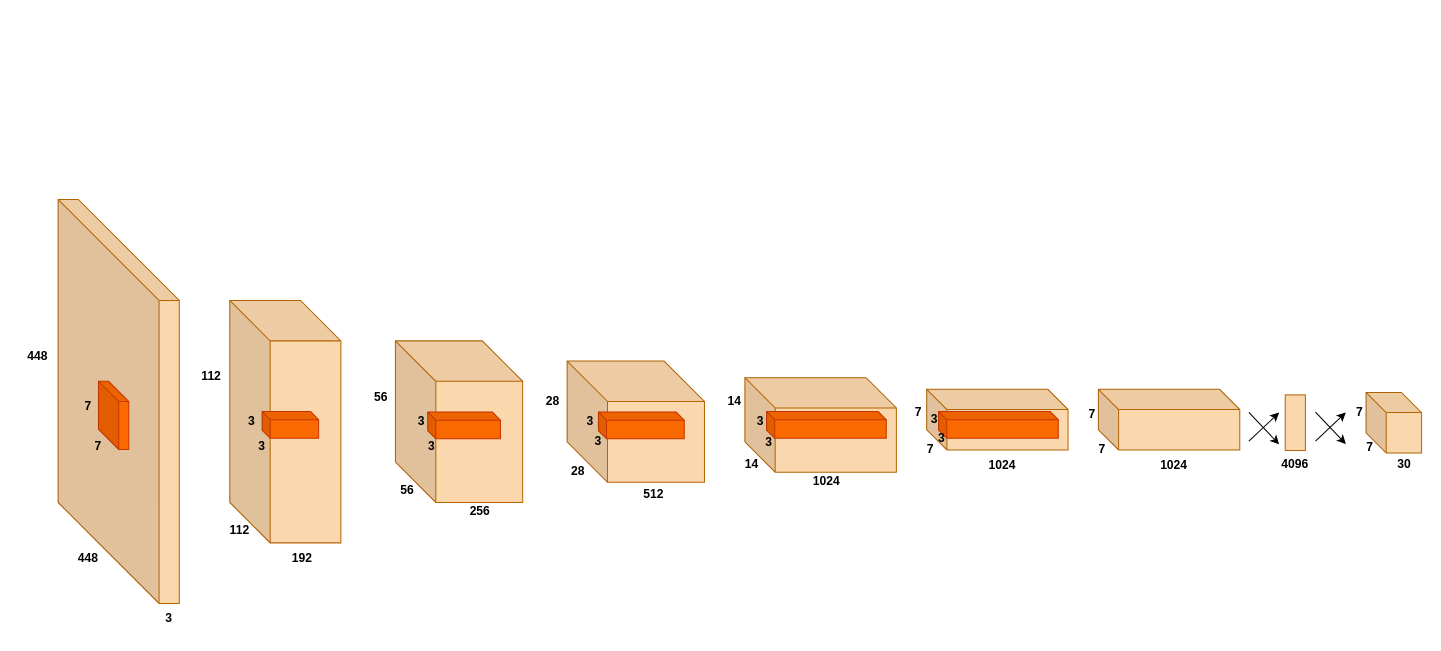
Before: drawlib/yolo_v1_xml.drawio in bartholmberg/bartPublic, a draw.io diagram. Source tidied: cells renumbered, new cells numbered last; positions are measured from the earlier drawing's top-left corner, leaving out a move shared by most shapes. Both pictures are drawn from the tidied source at 101%, with x=0, y=0 at pixel (17, 199).
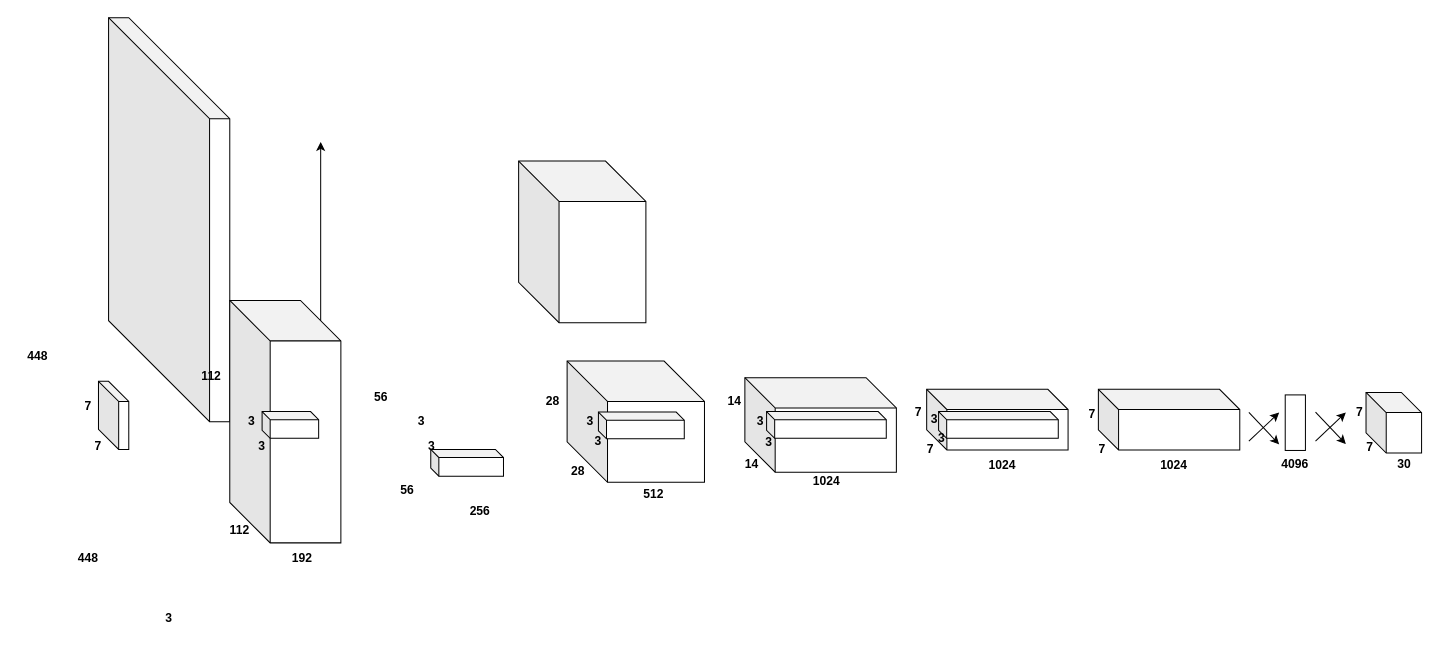
Above is the later version.

What changed in the source:
```diff
@@
-<mxGraphModel background="#FFFFFF">
+<mxGraphModel>
@@
-    <mxCell id="2" style="shape=cube;whiteSpace=wrap;html=1;boundedLbl=1;backgroundOutline=1;darkOpacity=0.05;darkOpacity2=0.1;size=100;perimeterSpacing=0;strokeColor=#b46504;fillColor=#fad7ac;" parent="1" vertex="1">
-      <mxGeometry x="40" width="120" height="400" as="geometry" />
+    <mxCell id="2" style="shape=cube;whiteSpace=wrap;html=1;boundedLbl=1;backgroundOutline=1;darkOpacity=0.05;darkOpacity2=0.1;size=100;perimeterSpacing=0;" parent="1" vertex="1">
+      <mxGeometry x="90" y="-180" width="120" height="400" as="geometry" />
     </mxCell>
@@
+    <mxCell id="58" style="edgeStyle=orthogonalEdgeStyle;rounded=0;jettySize=auto;html=1;exitX=0;exitY=0;exitDx=90;exitDy=20;exitPerimeter=0;" parent="1" edge="1" source="8">
+      <mxGeometry relative="1" as="geometry">
+        <mxPoint x="300" y="-57" as="targetPoint" />
+      </mxGeometry>
+    </mxCell>
-    <mxCell id="8" style="shape=cube;whiteSpace=wrap;html=1;boundedLbl=1;backgroundOutline=1;darkOpacity=0.05;darkOpacity2=0.1;strokeColor=#b46504;fillColor=#fad7ac;size=40;" parent="1" vertex="1">
+    <mxCell id="8" style="shape=cube;whiteSpace=wrap;html=1;boundedLbl=1;backgroundOutline=1;darkOpacity=0.05;darkOpacity2=0.1;size=40;" parent="1" vertex="1">
       <mxGeometry x="210" y="100" width="110" height="240" as="geometry" />
     </mxCell>
-    <mxCell id="9" style="shape=cube;whiteSpace=wrap;html=1;boundedLbl=1;backgroundOutline=1;darkOpacity=0.05;darkOpacity2=0.1;strokeColor=#C73500;fillColor=#fa6800;fontColor=#000000;size=8;" parent="1" vertex="1">
+    <mxCell id="9" style="shape=cube;whiteSpace=wrap;html=1;boundedLbl=1;backgroundOutline=1;darkOpacity=0.05;darkOpacity2=0.1;size=8;" parent="1" vertex="1">
       <mxGeometry x="242" y="210" width="56" height="26.5" as="geometry" />
     </mxCell>
@@
-    <mxCell id="15" style="shape=cube;whiteSpace=wrap;html=1;boundedLbl=1;backgroundOutline=1;darkOpacity=0.05;darkOpacity2=0.1;strokeColor=#b46504;fillColor=#fad7ac;size=40;" parent="1" vertex="1">
-      <mxGeometry x="374" y="140" width="126" height="160" as="geometry" />
+    <mxCell id="15" style="shape=cube;whiteSpace=wrap;html=1;boundedLbl=1;backgroundOutline=1;darkOpacity=0.05;darkOpacity2=0.1;size=40;" parent="1" vertex="1">
+      <mxGeometry x="496" y="-38" width="126" height="160" as="geometry" />
     </mxCell>
-    <mxCell id="16" style="shape=cube;whiteSpace=wrap;html=1;boundedLbl=1;backgroundOutline=1;darkOpacity=0.05;darkOpacity2=0.1;strokeColor=#C73500;fillColor=#fa6800;fontColor=#000000;" parent="1" vertex="1">
+    <mxCell id="16" style="shape=cube;whiteSpace=wrap;html=1;boundedLbl=1;backgroundOutline=1;darkOpacity=0.05;darkOpacity2=0.1;" parent="1" vertex="1">
       <mxGeometry x="80" y="180" width="30" height="67.5" as="geometry" />
     </mxCell>
@@
-    <mxCell id="19" style="shape=cube;whiteSpace=wrap;html=1;boundedLbl=1;backgroundOutline=1;darkOpacity=0.05;darkOpacity2=0.1;strokeColor=#C73500;fillColor=#fa6800;fontColor=#000000;size=8;" parent="1" vertex="1">
-      <mxGeometry x="406" y="210.5" width="72" height="26.5" as="geometry" />
+    <mxCell id="19" style="shape=cube;whiteSpace=wrap;html=1;boundedLbl=1;backgroundOutline=1;darkOpacity=0.05;darkOpacity2=0.1;size=8;" parent="1" vertex="1">
+      <mxGeometry x="409" y="247.5" width="72" height="26.5" as="geometry" />
     </mxCell>
@@
-    <mxCell id="22" style="shape=cube;whiteSpace=wrap;html=1;boundedLbl=1;backgroundOutline=1;darkOpacity=0.05;darkOpacity2=0.1;strokeColor=#b46504;fillColor=#fad7ac;size=40;" parent="1" vertex="1">
+    <mxCell id="22" style="shape=cube;whiteSpace=wrap;html=1;boundedLbl=1;backgroundOutline=1;darkOpacity=0.05;darkOpacity2=0.1;size=40;" parent="1" vertex="1">
       <mxGeometry x="544" y="160" width="136" height="120" as="geometry" />
     </mxCell>
@@
-    <mxCell id="25" style="shape=cube;whiteSpace=wrap;html=1;boundedLbl=1;backgroundOutline=1;darkOpacity=0.05;darkOpacity2=0.1;strokeColor=#C73500;fillColor=#fa6800;fontColor=#000000;size=8;" parent="1" vertex="1">
+    <mxCell id="25" style="shape=cube;whiteSpace=wrap;html=1;boundedLbl=1;backgroundOutline=1;darkOpacity=0.05;darkOpacity2=0.1;size=8;" parent="1" vertex="1">
       <mxGeometry x="575" y="210.5" width="85" height="26.5" as="geometry" />
     </mxCell>
@@
-    <mxCell id="30" style="shape=cube;whiteSpace=wrap;html=1;boundedLbl=1;backgroundOutline=1;darkOpacity=0.05;darkOpacity2=0.1;strokeColor=#b46504;fillColor=#fad7ac;size=30;" parent="1" vertex="1">
+    <mxCell id="30" style="shape=cube;whiteSpace=wrap;html=1;boundedLbl=1;backgroundOutline=1;darkOpacity=0.05;darkOpacity2=0.1;size=30;" parent="1" vertex="1">
       <mxGeometry x="720" y="176.4" width="150" height="93.6" as="geometry" />
     </mxCell>
@@
-    <mxCell id="34" style="shape=cube;whiteSpace=wrap;html=1;boundedLbl=1;backgroundOutline=1;darkOpacity=0.05;darkOpacity2=0.1;strokeColor=#C73500;fillColor=#fa6800;fontColor=#000000;size=8;" parent="1" vertex="1">
+    <mxCell id="34" style="shape=cube;whiteSpace=wrap;html=1;boundedLbl=1;backgroundOutline=1;darkOpacity=0.05;darkOpacity2=0.1;size=8;" parent="1" vertex="1">
       <mxGeometry x="741.5" y="210" width="118.5" height="26.5" as="geometry" />
     </mxCell>
@@
-    <mxCell id="37" style="shape=cube;whiteSpace=wrap;html=1;boundedLbl=1;backgroundOutline=1;darkOpacity=0.05;darkOpacity2=0.1;strokeColor=#b46504;fillColor=#fad7ac;size=20;" parent="1" vertex="1">
+    <mxCell id="37" style="shape=cube;whiteSpace=wrap;html=1;boundedLbl=1;backgroundOutline=1;darkOpacity=0.05;darkOpacity2=0.1;size=20;" parent="1" vertex="1">
       <mxGeometry x="900" y="188" width="140" height="60" as="geometry" />
     </mxCell>
-    <mxCell id="38" style="shape=cube;whiteSpace=wrap;html=1;boundedLbl=1;backgroundOutline=1;darkOpacity=0.05;darkOpacity2=0.1;strokeColor=#C73500;fillColor=#fa6800;fontColor=#000000;size=8;" parent="1" vertex="1">
+    <mxCell id="38" style="shape=cube;whiteSpace=wrap;html=1;boundedLbl=1;backgroundOutline=1;darkOpacity=0.05;darkOpacity2=0.1;size=8;" parent="1" vertex="1">
       <mxGeometry x="911.8" y="210" width="118.5" height="26.5" as="geometry" />
     </mxCell>
@@
-    <mxCell id="44" style="shape=cube;whiteSpace=wrap;html=1;boundedLbl=1;backgroundOutline=1;darkOpacity=0.05;darkOpacity2=0.1;strokeColor=#b46504;fillColor=#fad7ac;size=20;" parent="1" vertex="1">
+    <mxCell id="44" style="shape=cube;whiteSpace=wrap;html=1;boundedLbl=1;backgroundOutline=1;darkOpacity=0.05;darkOpacity2=0.1;size=20;" parent="1" vertex="1">
       <mxGeometry x="1070" y="188" width="140" height="60" as="geometry" />
     </mxCell>
@@
-    <mxCell id="48" style="rounded=0;whiteSpace=wrap;html=1;strokeColor=#b46504;fillColor=#fad7ac;rotation=90;" parent="1" vertex="1">
+    <mxCell id="48" style="rounded=0;whiteSpace=wrap;html=1;rotation=90;" parent="1" vertex="1">
       <mxGeometry x="1237.5" y="211" width="55" height="20" as="geometry" />
     </mxCell>
@@
-    <mxCell id="52" style="shape=cube;whiteSpace=wrap;html=1;boundedLbl=1;backgroundOutline=1;darkOpacity=0.05;darkOpacity2=0.1;strokeColor=#b46504;fillColor=#fad7ac;size=20;" parent="1" vertex="1">
+    <mxCell id="52" style="shape=cube;whiteSpace=wrap;html=1;boundedLbl=1;backgroundOutline=1;darkOpacity=0.05;darkOpacity2=0.1;size=20;" parent="1" vertex="1">
       <mxGeometry x="1335" y="191" width="55" height="60" as="geometry" />
     </mxCell>
```
